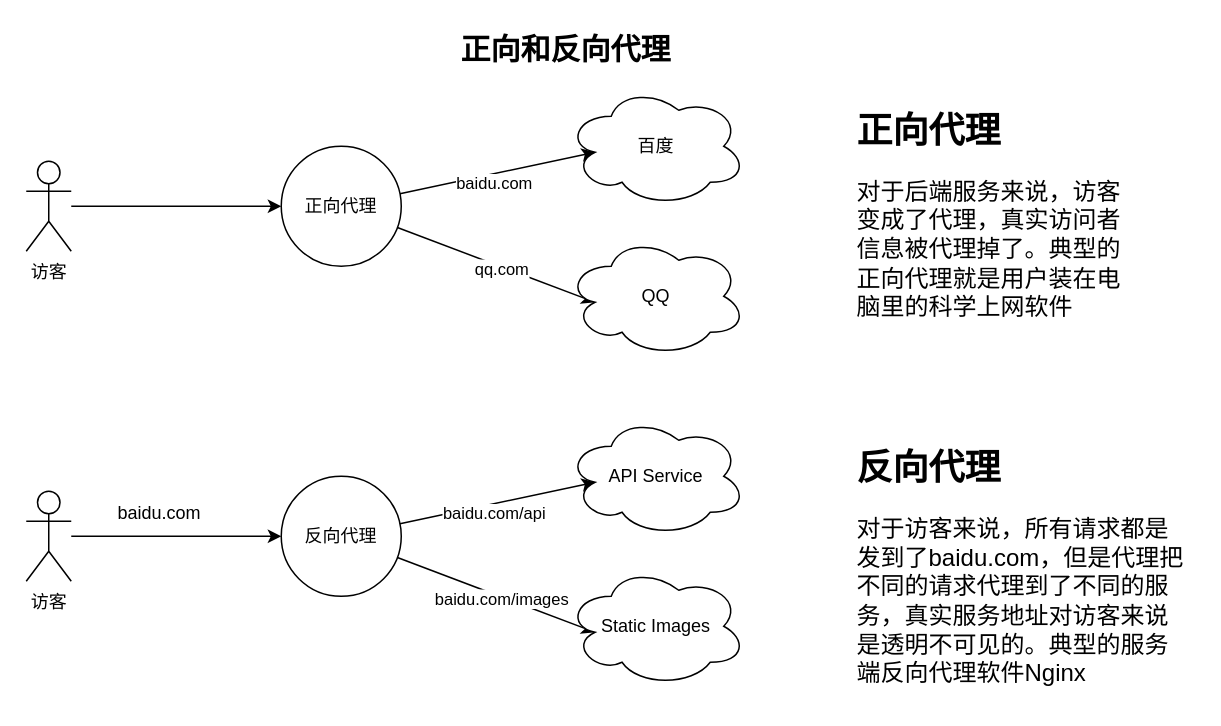
Earlier version of the draw.io diagram 代理.drawio (luxiao/drawio). Source tidied: cells renumbered, new cells numbered last; positions are measured from the earlier drawing's top-left corner, leaving out a move shared by most shapes. Both pictures are drawn from the tidied source at 150%, with x=0, y=0 at pixel (26, 26).
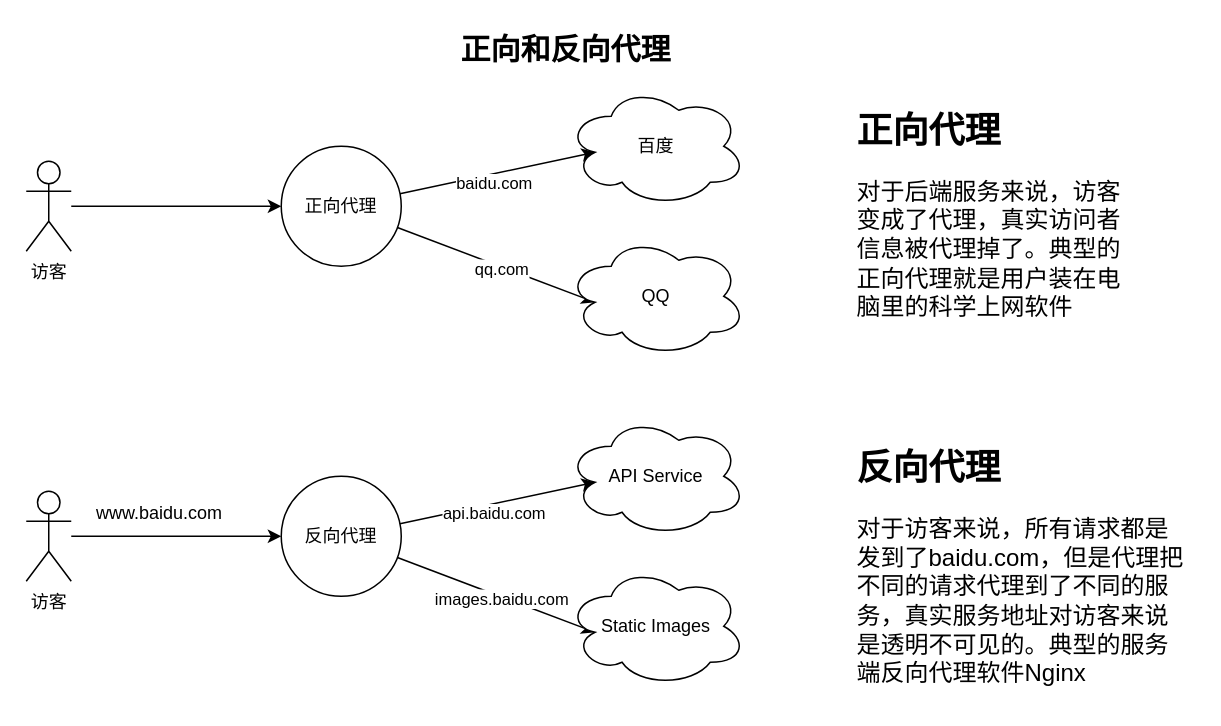
The same diagram, later.

Unchanged cells that the change refers to:
```xml
<mxCell id="15" style="rounded=0;jettySize=auto;html=1;entryX=0.16;entryY=0.55;entryDx=0;entryDy=0;entryPerimeter=0;" parent="1" edge="1" source="19" target="20">
  <mxGeometry relative="1" as="geometry" />
</mxCell>
<mxCell id="17" style="rounded=0;jettySize=auto;html=1;entryX=0.16;entryY=0.55;entryDx=0;entryDy=0;entryPerimeter=0;" parent="1" edge="1" source="19" target="21">
  <mxGeometry relative="1" as="geometry" />
</mxCell>
```

Diff of the diagram source:
```diff
@@
-    <mxCell id="16" value="baidu.com/api" style="edgeLabel;html=1;align=center;verticalAlign=middle;" parent="15" vertex="1">
+    <mxCell id="16" value="api.baidu.com" style="edgeLabel;html=1;align=center;verticalAlign=middle;" parent="15" vertex="1">
       <mxGeometry x="-0.05" y="-6" relative="1" as="geometry" />
     </mxCell>
@@
-    <mxCell id="18" value="baidu.com/images" style="edgeLabel;html=1;align=center;verticalAlign=middle;" parent="17" vertex="1">
+    <mxCell id="18" value="&lt;div&gt;images.baidu.com&lt;/div&gt;" style="edgeLabel;html=1;align=center;verticalAlign=middle;" parent="17" vertex="1">
       <mxGeometry x="0.05" y="-1" relative="1" as="geometry" />
     </mxCell>
@@
-    <mxCell id="23" value="baidu.com" style="text;html=1;strokeColor=none;fillColor=none;align=center;verticalAlign=middle;whiteSpace=wrap;rounded=0;" parent="1" vertex="1">
+    <mxCell id="23" value="www.baidu.com" style="text;html=1;strokeColor=none;fillColor=none;align=center;verticalAlign=middle;whiteSpace=wrap;rounded=0;" parent="1" vertex="1">
       <mxGeometry x="59" y="310" width="60" height="30" as="geometry" />
     </mxCell>
```
